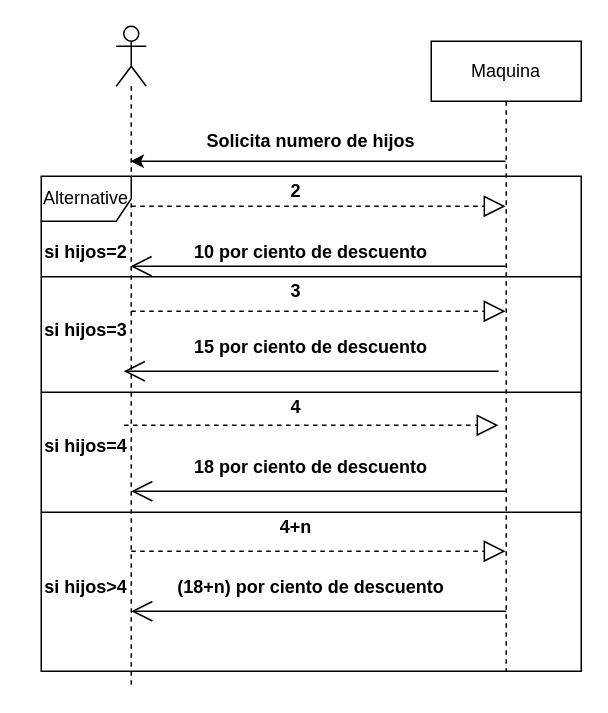
UMLejercicios/Ejercicios-de-la-alternativa keeps this draw.io diagram as E.5/E.5.drawio. Above is the earlier version. Source tidied: cells renumbered, new cells numbered last; positions are measured from the earlier drawing's top-left corner, leaving out a move shared by most shapes. Both pictures are drawn from the tidied source at 150%, with x=0, y=0 at pixel (26, 26).
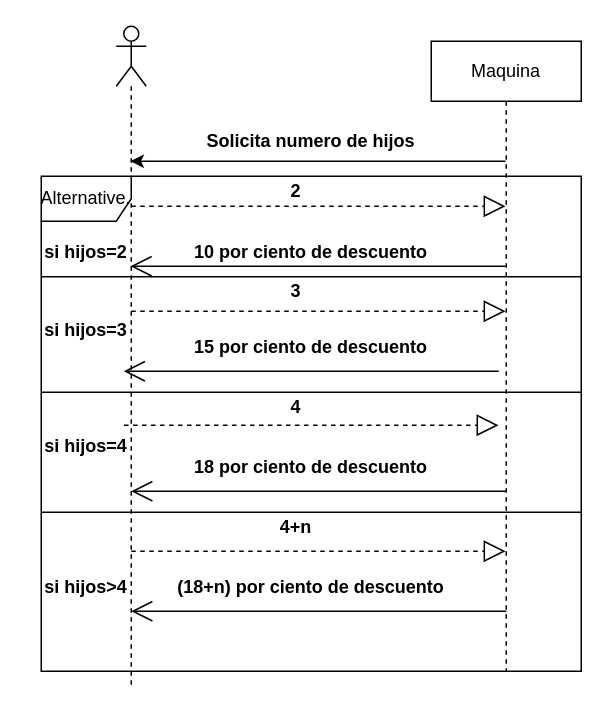
The same page after the edit.

Change to the diagram source:
```diff
@@
-    <mxCell id="22" value="Alternative" style="shape=umlFrame;whiteSpace=wrap;html=1;" parent="1" vertex="1">
+    <mxCell id="22" value="Alternative." style="shape=umlFrame;whiteSpace=wrap;html=1;" parent="1" vertex="1">
       <mxGeometry x="10" y="100" width="360" height="330" as="geometry" />
     </mxCell>
```
